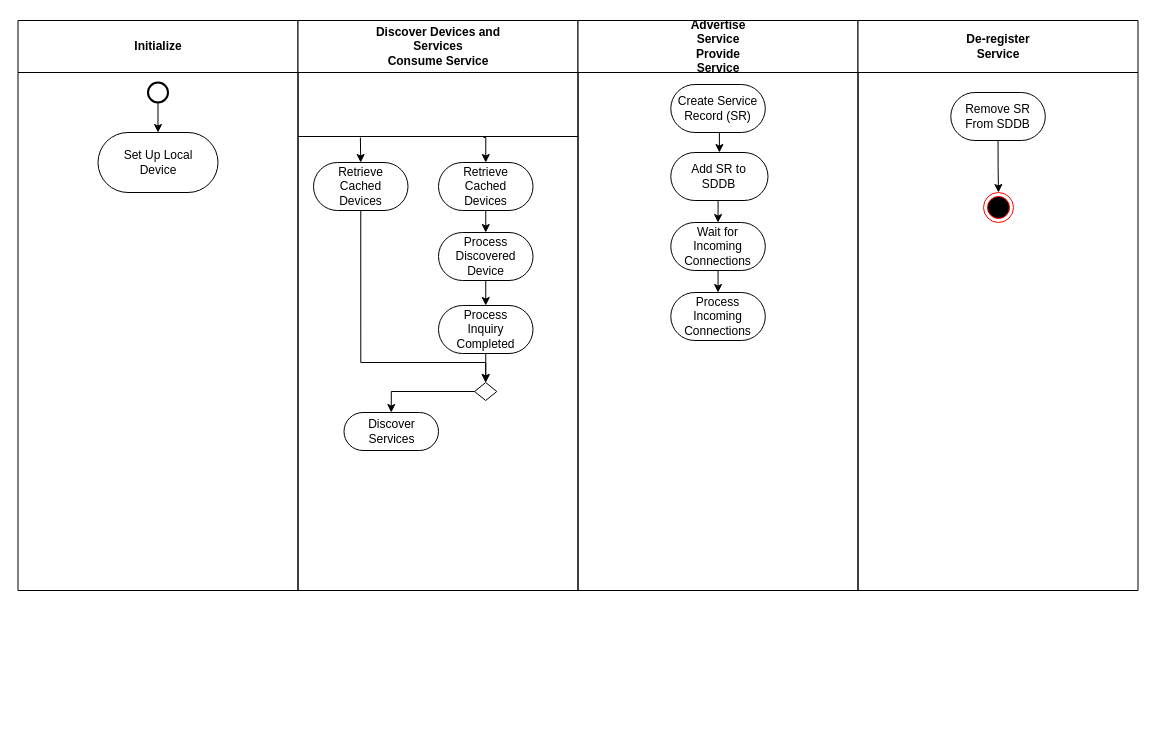
The draw.io diagram data/Untitled Diagram.drawio in LiSoulSpace/PluginsFromPy, before the edit. Source tidied: cells renumbered, new cells numbered last; positions are measured from the earlier drawing's top-left corner, leaving out a move shared by most shapes. Both pictures are drawn from the tidied source at 100%, with x=0, y=0 at pixel (17, 20).
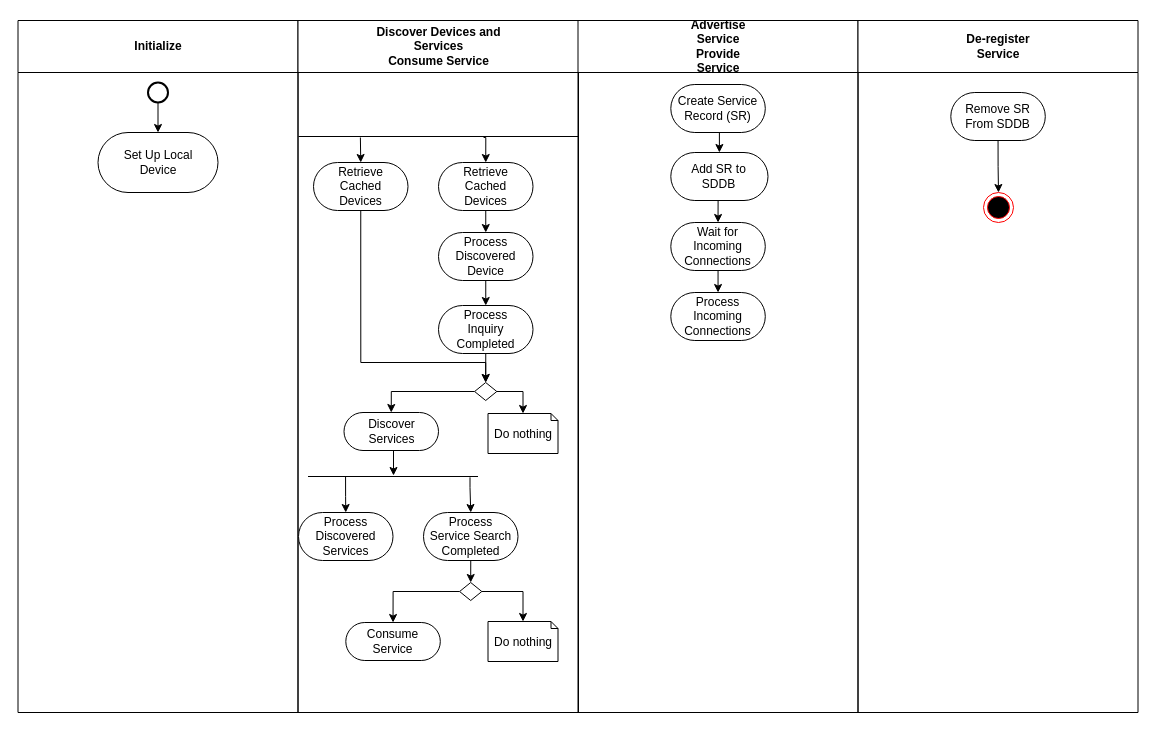
After the change.

The change refers to these unchanged cells:
```xml
<mxCell id="19" style="rhombus;whiteSpace=wrap;html=1;" parent="6" vertex="1">
  <mxGeometry x="176.6" y="362" width="22.2" height="18" as="geometry" />
</mxCell>
<mxCell id="20" value="&lt;div&gt;Discover&lt;/div&gt;&lt;div&gt;Services&lt;br&gt;&lt;/div&gt;" style="rounded=1;whiteSpace=wrap;html=1;arcSize=50;" parent="6" vertex="1">
  <mxGeometry x="46" y="392" width="94.5" height="38" as="geometry" />
</mxCell>
```

The edit, as a diff of the source:
```diff
@@
     <mxCell id="2" value="Initialize" style="swimlane;whiteSpace=wrap;startSize=52;" parent="1" vertex="1">
-      <mxGeometry x="0.5" width="280" height="570" as="geometry" />
+      <mxGeometry x="0.5" width="280" height="692" as="geometry" />
     </mxCell>
@@
     <mxCell id="6" value="Discover Devices and&#10;Services&#10;Consume Service" style="swimlane;whiteSpace=wrap;startSize=52;" parent="1" vertex="1">
-      <mxGeometry x="280.5" width="280" height="570" as="geometry" />
+      <mxGeometry x="280.5" width="280.5" height="692" as="geometry" />
     </mxCell>
@@
+    <mxCell id="33" style="edgeStyle=orthogonalEdgeStyle;rounded=0;jettySize=auto;html=1;exitX=0.5;exitY=1;exitDx=0;exitDy=0;entryX=0.503;entryY=0.375;entryDx=0;entryDy=0;entryPerimeter=0;" parent="6" edge="1" source="20" target="34">
+      <mxGeometry relative="1" as="geometry" />
+    </mxCell>
@@
+    <mxCell id="34" style="line;strokeWidth=1;fillColor=none;align=left;verticalAlign=middle;spacingTop=-1;spacingLeft=3;spacingRight=3;labelPosition=right;points=[];portConstraint=eastwest;" parent="6" vertex="1">
+      <mxGeometry x="10" y="452" width="170" height="8" as="geometry" />
+    </mxCell>
+    <mxCell id="35" value="&lt;div&gt;Process&lt;/div&gt;&lt;div&gt;Discovered&lt;/div&gt;&lt;div&gt;Services&lt;br&gt;&lt;/div&gt;" style="rounded=1;whiteSpace=wrap;html=1;arcSize=50;" parent="6" vertex="1">
+      <mxGeometry x="0.5" y="492" width="94.5" height="48" as="geometry" />
+    </mxCell>
+    <mxCell id="36" style="edgeStyle=orthogonalEdgeStyle;rounded=0;jettySize=auto;html=1;exitX=0.5;exitY=1;exitDx=0;exitDy=0;entryX=0.5;entryY=0;entryDx=0;entryDy=0;" parent="6" edge="1" source="37" target="42">
+      <mxGeometry relative="1" as="geometry" />
+    </mxCell>
+    <mxCell id="37" value="&lt;div&gt;Process&lt;/div&gt;&lt;div&gt;Service Search&lt;/div&gt;&lt;div&gt;Completed&lt;br&gt;&lt;/div&gt;" style="rounded=1;whiteSpace=wrap;html=1;arcSize=50;" parent="6" vertex="1">
+      <mxGeometry x="125.5" y="492" width="94.5" height="48" as="geometry" />
+    </mxCell>
+    <mxCell id="38" style="endArrow=classic;html=1;rounded=0;edgeStyle=orthogonalEdgeStyle;entryX=0.5;entryY=0;entryDx=0;entryDy=0;exitX=0.221;exitY=0.559;exitDx=0;exitDy=0;exitPerimeter=0;" parent="6" edge="1" source="34" target="35">
+      <mxGeometry relative="1" as="geometry">
+        <Array as="points">
+          <mxPoint x="48" y="476" />
+          <mxPoint x="48" y="476" />
+        </Array>
+      </mxGeometry>
+    </mxCell>
+    <mxCell id="39" style="endArrow=classic;html=1;rounded=0;edgeStyle=orthogonalEdgeStyle;entryX=0.5;entryY=0;entryDx=0;entryDy=0;exitX=0.953;exitY=0.604;exitDx=0;exitDy=0;exitPerimeter=0;" parent="6" edge="1" source="34" target="37">
+      <mxGeometry relative="1" as="geometry">
+        <Array as="points">
+          <mxPoint x="172" y="467" />
+          <mxPoint x="173" y="467" />
+        </Array>
+      </mxGeometry>
+    </mxCell>
+    <mxCell id="40" style="edgeStyle=orthogonalEdgeStyle;rounded=0;jettySize=auto;html=1;exitX=0;exitY=0.5;exitDx=0;exitDy=0;entryX=0.5;entryY=0;entryDx=0;entryDy=0;" parent="6" edge="1" source="42" target="43">
+      <mxGeometry relative="1" as="geometry" />
+    </mxCell>
+    <mxCell id="41" style="edgeStyle=orthogonalEdgeStyle;rounded=0;jettySize=auto;html=1;exitX=1;exitY=0.5;exitDx=0;exitDy=0;entryX=0.5;entryY=0;entryDx=0;entryDy=0;entryPerimeter=0;" parent="6" edge="1" source="42" target="44">
+      <mxGeometry relative="1" as="geometry" />
+    </mxCell>
+    <mxCell id="42" style="rhombus;whiteSpace=wrap;html=1;" parent="6" vertex="1">
+      <mxGeometry x="161.6" y="562" width="22.2" height="18" as="geometry" />
+    </mxCell>
+    <mxCell id="43" value="&lt;div&gt;Consume&lt;/div&gt;&lt;div&gt;Service&lt;br&gt;&lt;/div&gt;" style="rounded=1;whiteSpace=wrap;html=1;arcSize=50;" parent="6" vertex="1">
+      <mxGeometry x="47.8" y="602" width="94.5" height="38" as="geometry" />
+    </mxCell>
+    <mxCell id="44" value="Do nothing" style="shape=note2;boundedLbl=1;whiteSpace=wrap;html=1;size=7;verticalAlign=top;align=center;" parent="6" vertex="1">
+      <mxGeometry x="190" y="601" width="70" height="40" as="geometry" />
+    </mxCell>
     <mxCell id="21" value="Advertise&#10;Service&#10;Provide&#10;Service" style="swimlane;whiteSpace=wrap;startSize=52;" parent="1" vertex="1">
-      <mxGeometry x="560.5" width="280" height="570" as="geometry" />
+      <mxGeometry x="560.5" width="280" height="692" as="geometry" />
     </mxCell>
@@
     <mxCell id="29" value="De-register&#10;Service" style="swimlane;whiteSpace=wrap;startSize=52;" parent="1" vertex="1">
-      <mxGeometry x="840.5" width="280" height="570" as="geometry" />
+      <mxGeometry x="840.5" width="280" height="692" as="geometry" />
     </mxCell>
@@
+    <mxCell id="45" value="Do nothing" style="shape=note2;boundedLbl=1;whiteSpace=wrap;html=1;size=7;verticalAlign=top;align=center;" parent="1" vertex="1">
+      <mxGeometry x="470.5" y="393" width="70" height="40" as="geometry" />
+    </mxCell>
+    <mxCell id="46" style="edgeStyle=orthogonalEdgeStyle;rounded=0;jettySize=auto;html=1;exitX=1;exitY=0.5;exitDx=0;exitDy=0;entryX=0.5;entryY=0;entryDx=0;entryDy=0;entryPerimeter=0;" parent="1" edge="1" source="19" target="45">
+      <mxGeometry relative="1" as="geometry" />
+    </mxCell>
```
